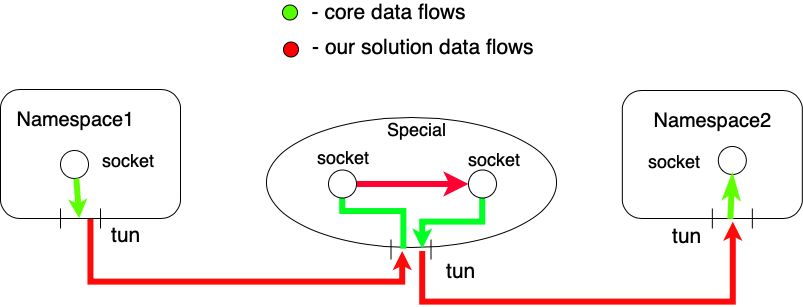
Above: img/SmallDiagram.png in salamantos/tun-example (draw.io), before the change. Source tidied: cells renumbered, new cells last; positions are measured from the earlier drawing's top-left corner, leaving out a move shared by most shapes.
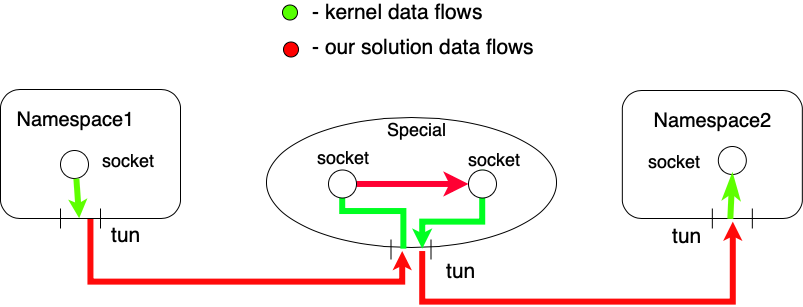
The same file after the commit.

Commit message:
kernel word image fix

What changed in the source:
```diff
@@ -120,8 +120,8 @@
     <mxCell id="29" style="ellipse;whiteSpace=wrap;html=1;fontSize=21;fillColor=#55FF00;" parent="1" vertex="1">
       <mxGeometry x="282" y="3.5" width="15" height="15" as="geometry" />
     </mxCell>
-    <mxCell id="30" value="&amp;nbsp;- core data flows" style="text;html=1;strokeColor=none;fillColor=none;align=center;verticalAlign=middle;whiteSpace=wrap;rounded=0;fontSize=21;" parent="1" vertex="1">
-      <mxGeometry x="290.5" width="190" height="20" as="geometry" />
+    <mxCell id="30" value="&amp;nbsp;- kernel data flows" style="text;html=1;strokeColor=none;fillColor=none;align=center;verticalAlign=middle;whiteSpace=wrap;rounded=0;fontSize=21;" parent="1" vertex="1">
+      <mxGeometry x="298.5" width="190" height="20" as="geometry" />
     </mxCell>
     <mxCell id="31" style="ellipse;whiteSpace=wrap;html=1;fontSize=21;fillColor=#FF0000;" parent="1" vertex="1">
       <mxGeometry x="283" y="40.5" width="15" height="15" as="geometry" />
```
